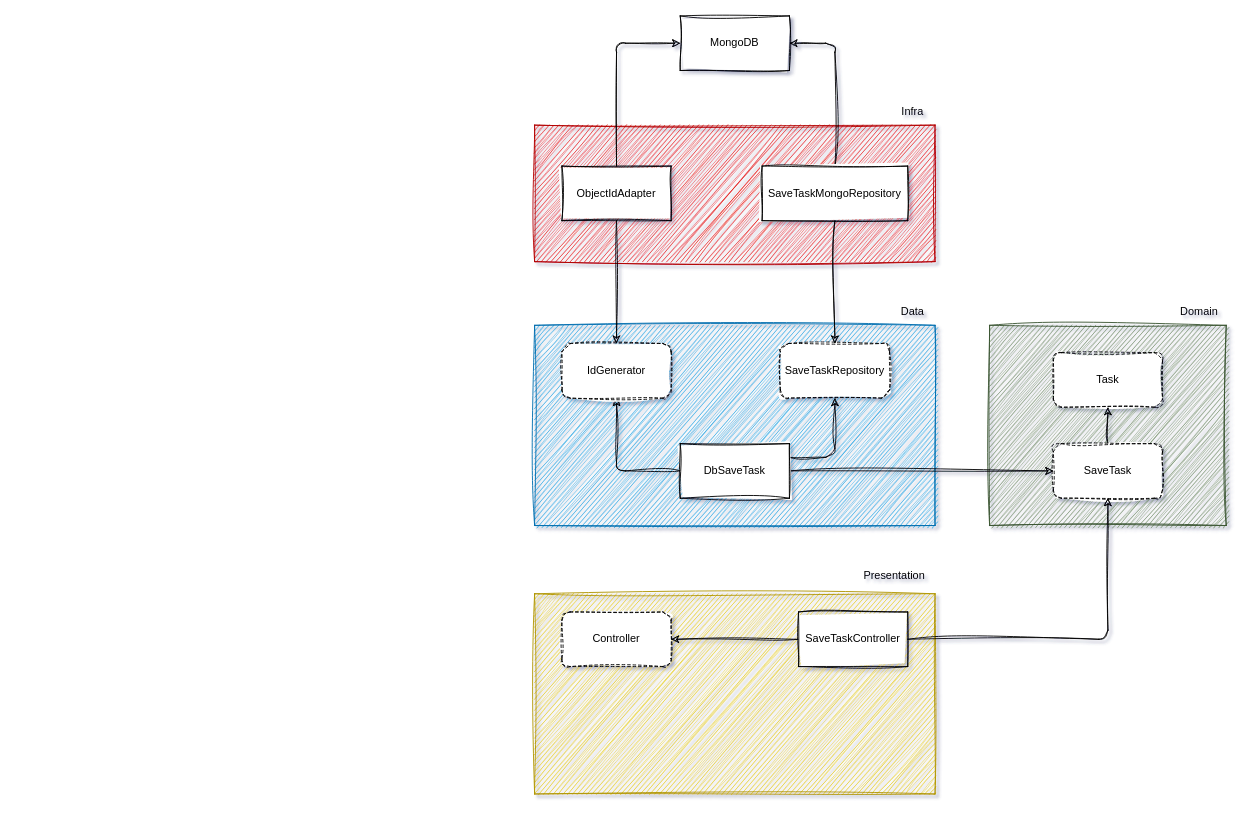
Earlier version of the draw.io diagram docs/diagram.drawio (mrbrunelli/clean-arch-tasks-example). Source tidied: cells renumbered, new cells numbered last; positions are measured from the earlier drawing's top-left corner, leaving out a move shared by most shapes. Both pictures are drawn from the tidied source at 91%, with x=0, y=0 at pixel (534, 15).
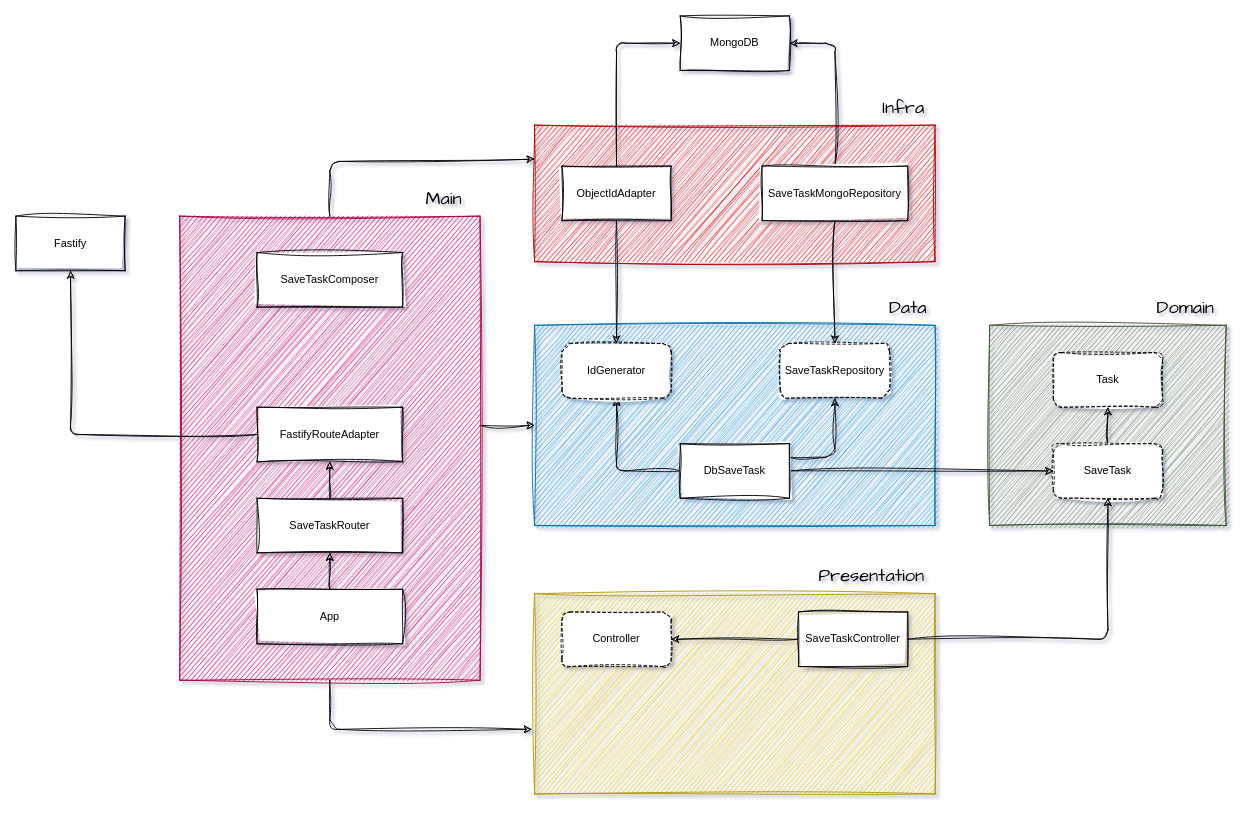
The same page after the edit.

Unchanged cells that the change refers to:
```xml
<mxCell id="7" style="rounded=0;whiteSpace=wrap;html=1;fillColor=#1ba1e2;fontColor=#ffffff;strokeColor=#006EAF;sketch=1;curveFitting=1;jiggle=2;" parent="1" vertex="1">
  <mxGeometry y="340" width="440" height="220" as="geometry" />
</mxCell>
<mxCell id="15" style="rounded=0;whiteSpace=wrap;html=1;fillColor=#e3c800;strokeColor=#B09500;fontColor=#000000;sketch=1;curveFitting=1;jiggle=2;" parent="1" vertex="1">
  <mxGeometry y="635" width="440" height="220" as="geometry" />
</mxCell>
<mxCell id="21" style="rounded=0;whiteSpace=wrap;html=1;fillColor=#e51400;fontColor=#ffffff;strokeColor=#B20000;sketch=1;curveFitting=1;jiggle=2;" parent="1" vertex="1">
  <mxGeometry y="120" width="440" height="150" as="geometry" />
</mxCell>
```

What changed in the source:
```diff
@@
-    <mxCell id="3" value="Domain" style="text;html=1;align=center;verticalAlign=middle;strokeColor=none;fillColor=none;sketch=1;curveFitting=1;jiggle=2;" parent="1" vertex="1">
-      <mxGeometry x="700" y="310" width="60" height="30" as="geometry" />
-    </mxCell>
@@
-    <mxCell id="8" value="Data" style="text;html=1;align=center;verticalAlign=middle;strokeColor=none;fillColor=none;sketch=1;curveFitting=1;jiggle=2;" parent="1" vertex="1">
-      <mxGeometry x="390" y="310" width="50" height="30" as="geometry" />
-    </mxCell>
@@
-    <mxCell id="16" value="Presentation" style="text;html=1;align=center;verticalAlign=middle;strokeColor=none;fillColor=none;sketch=1;curveFitting=1;jiggle=2;" parent="1" vertex="1">
-      <mxGeometry x="350" y="600" width="90" height="30" as="geometry" />
-    </mxCell>
@@
-    <mxCell id="22" value="Infra" style="text;html=1;align=center;verticalAlign=middle;strokeColor=none;fillColor=none;sketch=1;curveFitting=1;jiggle=2;" parent="1" vertex="1">
-      <mxGeometry x="390" y="90" width="50" height="30" as="geometry" />
-    </mxCell>
@@
+    <mxCell id="30" style="edgeStyle=none;sketch=1;hachureGap=4;jiggle=2;curveFitting=1;html=1;entryX=0;entryY=0.25;entryDx=0;entryDy=0;fontFamily=Architects Daughter;fontSize=16;exitX=0.5;exitY=0;exitDx=0;exitDy=0;" parent="1" edge="1" source="33" target="21">
+      <mxGeometry relative="1" as="geometry">
+        <Array as="points">
+          <mxPoint x="-225" y="160" />
+        </Array>
+      </mxGeometry>
+    </mxCell>
+    <mxCell id="31" style="edgeStyle=none;sketch=1;hachureGap=4;jiggle=2;curveFitting=1;html=1;entryX=0;entryY=0.5;entryDx=0;entryDy=0;fontFamily=Architects Daughter;fontSize=16;exitX=1;exitY=0.451;exitDx=0;exitDy=0;exitPerimeter=0;" parent="1" edge="1" source="33" target="7">
+      <mxGeometry relative="1" as="geometry" />
+    </mxCell>
+    <mxCell id="32" style="edgeStyle=none;sketch=1;hachureGap=4;jiggle=2;curveFitting=1;html=1;entryX=-0.007;entryY=0.677;entryDx=0;entryDy=0;fontFamily=Architects Daughter;fontSize=16;exitX=0.5;exitY=1;exitDx=0;exitDy=0;entryPerimeter=0;" parent="1" edge="1" source="33" target="15">
+      <mxGeometry relative="1" as="geometry">
+        <Array as="points">
+          <mxPoint x="-225" y="784" />
+        </Array>
+      </mxGeometry>
+    </mxCell>
+    <mxCell id="33" style="rounded=0;whiteSpace=wrap;html=1;fillColor=#d80073;strokeColor=#A50040;sketch=1;curveFitting=1;jiggle=2;fontColor=#ffffff;" parent="1" vertex="1">
+      <mxGeometry x="-390" y="220" width="330" height="510" as="geometry" />
+    </mxCell>
+    <mxCell id="34" value="Fastify" style="rounded=0;whiteSpace=wrap;html=1;sketch=1;curveFitting=1;jiggle=2;" parent="1" vertex="1">
+      <mxGeometry x="-570" y="220" width="120" height="60" as="geometry" />
+    </mxCell>
+    <mxCell id="35" value="Main" style="text;html=1;align=center;verticalAlign=middle;strokeColor=none;fillColor=none;fontSize=20;fontFamily=Architects Daughter;sketch=1;hachureGap=4;jiggle=2;curveFitting=1;" parent="1" vertex="1">
+      <mxGeometry x="-130" y="180" width="60" height="40" as="geometry" />
+    </mxCell>
+    <mxCell id="22" value="Infra" style="text;html=1;align=center;verticalAlign=middle;strokeColor=none;fillColor=none;fontSize=20;fontFamily=Architects Daughter;sketch=1;hachureGap=4;jiggle=2;curveFitting=1;" parent="1" vertex="1">
+      <mxGeometry x="370" y="80" width="70" height="40" as="geometry" />
+    </mxCell>
+    <mxCell id="8" value="Data" style="text;html=1;align=center;verticalAlign=middle;strokeColor=none;fillColor=none;fontSize=20;fontFamily=Architects Daughter;sketch=1;hachureGap=4;jiggle=2;curveFitting=1;" parent="1" vertex="1">
+      <mxGeometry x="380" y="300" width="60" height="40" as="geometry" />
+    </mxCell>
+    <mxCell id="16" value="Presentation" style="text;html=1;align=center;verticalAlign=middle;strokeColor=none;fillColor=none;fontSize=20;fontFamily=Architects Daughter;sketch=1;hachureGap=4;jiggle=2;curveFitting=1;" parent="1" vertex="1">
+      <mxGeometry x="300" y="595" width="140" height="40" as="geometry" />
+    </mxCell>
+    <mxCell id="3" value="Domain" style="text;html=1;align=center;verticalAlign=middle;strokeColor=none;fillColor=none;fontSize=20;fontFamily=Architects Daughter;sketch=1;hachureGap=4;jiggle=2;curveFitting=1;" parent="1" vertex="1">
+      <mxGeometry x="670" y="300" width="90" height="40" as="geometry" />
+    </mxCell>
+    <mxCell id="36" value="SaveTaskComposer" style="rounded=0;whiteSpace=wrap;html=1;sketch=1;curveFitting=1;jiggle=2;" parent="1" vertex="1">
+      <mxGeometry x="-305" y="260" width="160" height="60" as="geometry" />
+    </mxCell>
+    <mxCell id="37" style="edgeStyle=none;sketch=1;hachureGap=4;jiggle=2;curveFitting=1;html=1;fontFamily=Architects Daughter;fontSize=16;" parent="1" edge="1" source="38" target="42">
+      <mxGeometry relative="1" as="geometry" />
+    </mxCell>
+    <mxCell id="38" value="App" style="rounded=0;whiteSpace=wrap;html=1;sketch=1;curveFitting=1;jiggle=2;" parent="1" vertex="1">
+      <mxGeometry x="-305" y="630" width="160" height="60" as="geometry" />
+    </mxCell>
+    <mxCell id="39" style="edgeStyle=none;sketch=1;hachureGap=4;jiggle=2;curveFitting=1;html=1;exitX=0;exitY=0.5;exitDx=0;exitDy=0;entryX=0.5;entryY=1;entryDx=0;entryDy=0;fontFamily=Architects Daughter;fontSize=16;" parent="1" edge="1" source="40" target="34">
+      <mxGeometry relative="1" as="geometry">
+        <Array as="points">
+          <mxPoint x="-510" y="460" />
+        </Array>
+      </mxGeometry>
+    </mxCell>
+    <mxCell id="40" value="FastifyRouteAdapter" style="rounded=0;whiteSpace=wrap;html=1;sketch=1;curveFitting=1;jiggle=2;" parent="1" vertex="1">
+      <mxGeometry x="-305" y="430" width="160" height="60" as="geometry" />
+    </mxCell>
+    <mxCell id="41" style="edgeStyle=none;sketch=1;hachureGap=4;jiggle=2;curveFitting=1;html=1;fontFamily=Architects Daughter;fontSize=16;" parent="1" edge="1" source="42" target="40">
+      <mxGeometry relative="1" as="geometry" />
+    </mxCell>
+    <mxCell id="42" value="SaveTaskRouter" style="rounded=0;whiteSpace=wrap;html=1;sketch=1;curveFitting=1;jiggle=2;" parent="1" vertex="1">
+      <mxGeometry x="-305" y="530" width="160" height="60" as="geometry" />
+    </mxCell>
```
